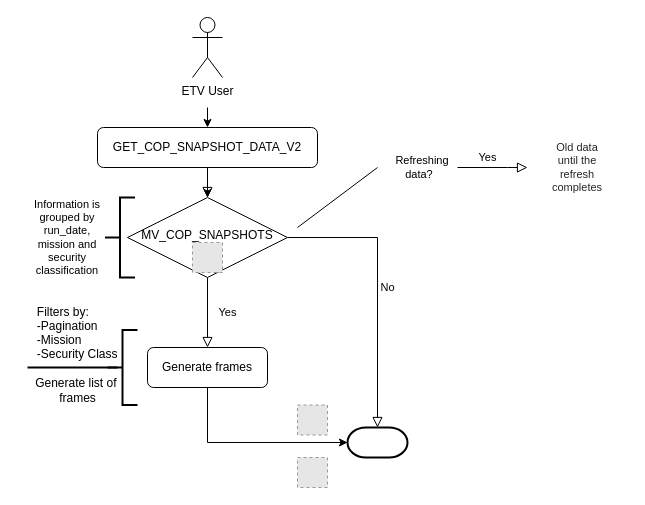
Earlier version of the draw.io diagram GET_SNAP.drawio (JuanGmv/ejercicio). Source tidied: cells renumbered, new cells numbered last; positions are measured from the earlier drawing's top-left corner, leaving out a move shared by most shapes. Both pictures are drawn from the tidied source at 100%, with x=0, y=0 at pixel (17, 17). Pictures stored in the file or linked from it are replaced by grey dashed boxes.
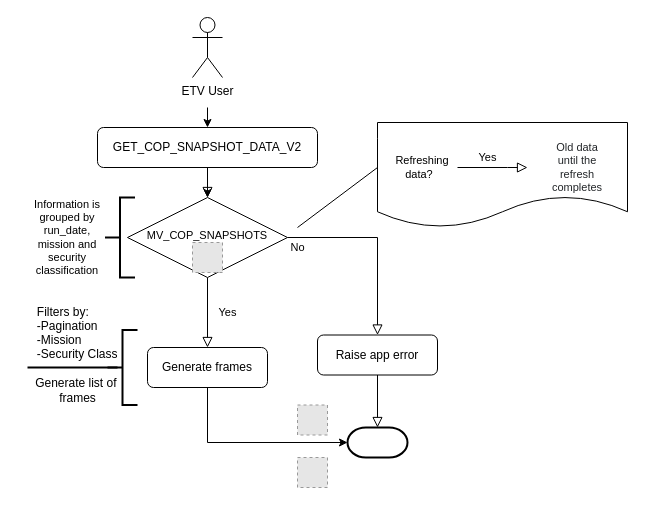
The same page after the edit.

Unchanged cells that the change refers to:
```xml
<mxCell id="18" style="strokeWidth=2;html=1;shape=mxgraph.flowchart.terminator;whiteSpace=wrap;fontSize=11;" parent="1" vertex="1">
  <mxGeometry x="330" y="410" width="60" height="30" as="geometry" />
</mxCell>
```

Diff of the diagram source:
```diff
@@
+    <mxCell id="26" style="shape=document;whiteSpace=wrap;html=1;boundedLbl=1;fontSize=11;" parent="1" vertex="1">
+      <mxGeometry x="360" y="105" width="250" height="105" as="geometry" />
+    </mxCell>
@@
-    <mxCell id="6" value="No" style="edgeStyle=orthogonalEdgeStyle;rounded=0;html=1;jettySize=auto;fontSize=11;endArrow=block;endFill=0;endSize=8;strokeWidth=1;shadow=0;labelBackgroundColor=none;entryX=0.5;entryY=0;entryDx=0;entryDy=0;entryPerimeter=0;" parent="1" edge="1" source="7" target="18">
-      <mxGeometry y="10" relative="1" as="geometry" />
+    <mxCell id="6" value="No" style="edgeStyle=orthogonalEdgeStyle;rounded=0;html=1;jettySize=auto;fontSize=11;endArrow=block;endFill=0;endSize=8;strokeWidth=1;shadow=0;labelBackgroundColor=none;" parent="1" edge="1" source="7" target="27">
+      <mxGeometry x="-0.89" y="-10" relative="1" as="geometry" />
     </mxCell>
-    <mxCell id="7" value="MV_COP_SNAPSHOTS" style="rhombus;whiteSpace=wrap;html=1;shadow=0;fontFamily=Helvetica;fontSize=12;align=center;strokeWidth=1;spacing=6;spacingTop=-4;" parent="1" vertex="1">
+    <mxCell id="7" value="&lt;font style=&quot;font-size: 11px&quot;&gt;MV_COP_SNAPSHOTS&lt;/font&gt;" style="rhombus;whiteSpace=wrap;html=1;shadow=0;fontFamily=Helvetica;fontSize=12;align=center;strokeWidth=1;spacing=6;spacingTop=-4;" parent="1" vertex="1">
       <mxGeometry x="110" y="180" width="160" height="80" as="geometry" />
     </mxCell>
@@
+    <mxCell id="27" value="Raise app error" style="rounded=1;whiteSpace=wrap;html=1;fontSize=12;glass=0;strokeWidth=1;shadow=0;" parent="1" vertex="1">
+      <mxGeometry x="300" y="317.5" width="120" height="40" as="geometry" />
+    </mxCell>
+    <mxCell id="28" style="rounded=0;html=1;jettySize=auto;fontSize=11;endArrow=block;endFill=0;endSize=8;strokeWidth=1;shadow=0;labelBackgroundColor=none;edgeStyle=orthogonalEdgeStyle;entryX=0.5;entryY=0;entryDx=0;entryDy=0;exitX=0.5;exitY=1;exitDx=0;exitDy=0;entryPerimeter=0;" parent="1" edge="1" source="27" target="18">
+      <mxGeometry relative="1" as="geometry" />
+    </mxCell>
```
